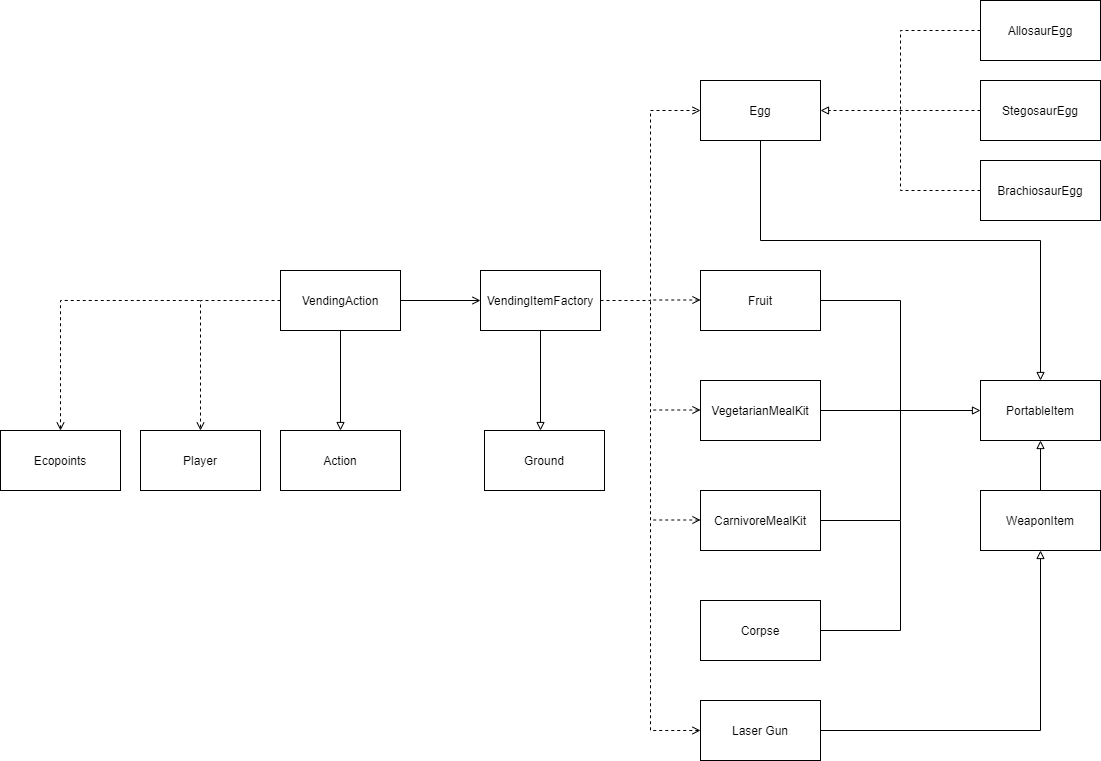
Above: docs/FIT2099_A1_UML_ItemsVendingMachine.png in Nochl/Jurrasic_Park_Sim (draw.io), before the change. Source tidied: cells renumbered, new cells last; positions are measured from the earlier drawing's top-left corner, leaving out a move shared by most shapes.
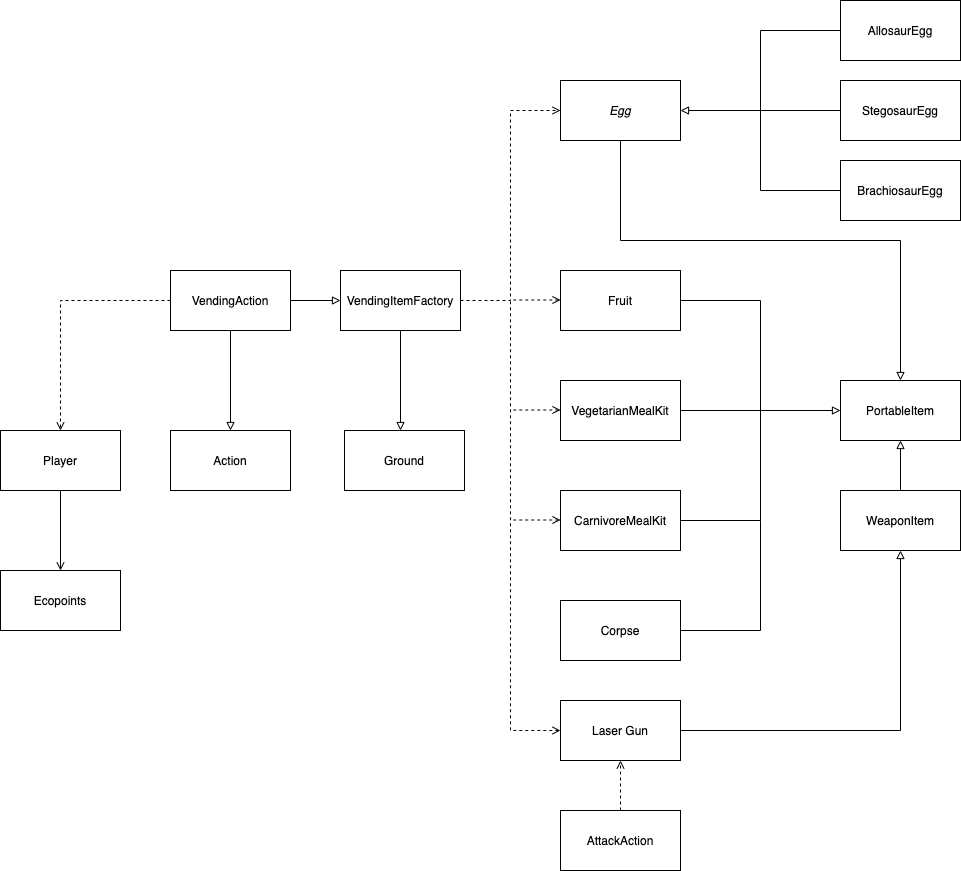
After the commit.

Diff of the diagram source:
```diff
@@ -10,7 +10,7 @@
         </Array>
       </mxGeometry>
     </mxCell>
-    <mxCell id="3" value="Egg" style="whiteSpace=wrap;html=1;" parent="1" vertex="1">
+    <mxCell id="3" value="&lt;i&gt;Egg&lt;/i&gt;" style="whiteSpace=wrap;html=1;" parent="1" vertex="1">
       <mxGeometry x="700" y="80" width="120" height="60" as="geometry" />
     </mxCell>
     <mxCell id="4" style="edgeStyle=orthogonalEdgeStyle;rounded=0;jettySize=auto;html=1;entryX=0.5;entryY=1;entryDx=0;entryDy=0;endArrow=block;endFill=0;" parent="1" edge="1" source="6" target="19">
@@ -53,7 +53,7 @@
     <mxCell id="13" style="edgeStyle=orthogonalEdgeStyle;rounded=0;jettySize=auto;html=1;startArrow=none;startFill=0;endArrow=block;endFill=0;" parent="1" edge="1" source="16" target="20">
       <mxGeometry relative="1" as="geometry" />
     </mxCell>
-    <mxCell id="14" style="edgeStyle=orthogonalEdgeStyle;rounded=0;jettySize=auto;html=1;exitX=1;exitY=0.5;exitDx=0;exitDy=0;entryX=0;entryY=0.5;entryDx=0;entryDy=0;endArrow=open;endFill=0;" parent="1" edge="1" source="16" target="23">
+    <mxCell id="14" style="edgeStyle=orthogonalEdgeStyle;rounded=0;jettySize=auto;html=1;exitX=1;exitY=0.5;exitDx=0;exitDy=0;entryX=0;entryY=0.5;entryDx=0;entryDy=0;endArrow=block;endFill=0;" parent="1" edge="1" source="16" target="23">
       <mxGeometry relative="1" as="geometry" />
     </mxCell>
     <mxCell id="15" style="edgeStyle=orthogonalEdgeStyle;rounded=0;jettySize=auto;html=1;exitX=0;exitY=0.5;exitDx=0;exitDy=0;startArrow=none;startFill=0;endArrow=open;endFill=0;dashed=1;" parent="1" edge="1" source="16">
@@ -62,7 +62,7 @@
       </mxGeometry>
     </mxCell>
     <mxCell id="16" value="VendingAction" style="whiteSpace=wrap;html=1;" parent="1" vertex="1">
-      <mxGeometry x="280" y="270" width="120" height="60" as="geometry" />
+      <mxGeometry x="310" y="270" width="120" height="60" as="geometry" />
     </mxCell>
     <mxCell id="17" value="PortableItem" style="whiteSpace=wrap;html=1;" parent="1" vertex="1">
       <mxGeometry x="980" y="380" width="120" height="60" as="geometry" />
@@ -74,7 +74,7 @@
       <mxGeometry x="980" y="490" width="120" height="60" as="geometry" />
     </mxCell>
     <mxCell id="20" value="Action" style="whiteSpace=wrap;html=1;" parent="1" vertex="1">
-      <mxGeometry x="280" y="430" width="120" height="60" as="geometry" />
+      <mxGeometry x="310" y="430" width="120" height="60" as="geometry" />
     </mxCell>
     <mxCell id="21" style="edgeStyle=orthogonalEdgeStyle;rounded=0;jettySize=auto;html=1;exitX=0.5;exitY=1;exitDx=0;exitDy=0;endArrow=block;endFill=0;" parent="1" edge="1" source="23">
       <mxGeometry relative="1" as="geometry">
@@ -110,33 +110,24 @@
         <mxPoint x="650" y="519.5" as="targetPoint" />
       </mxGeometry>
     </mxCell>
+    <mxCell id="39" style="edgeStyle=orthogonalEdgeStyle;rounded=0;jettySize=auto;html=1;entryX=0.5;entryY=0;entryDx=0;entryDy=0;endArrow=open;endFill=0;" parent="1" edge="1" source="27" target="29">
+      <mxGeometry relative="1" as="geometry" />
+    </mxCell>
     <mxCell id="27" value="Player" style="whiteSpace=wrap;html=1;" parent="1" vertex="1">
       <mxGeometry x="140" y="430" width="120" height="60" as="geometry" />
     </mxCell>
-    <mxCell id="28" style="edgeStyle=orthogonalEdgeStyle;rounded=0;jettySize=auto;html=1;exitX=0.5;exitY=0;exitDx=0;exitDy=0;dashed=1;startArrow=open;startFill=0;endArrow=none;endFill=0;" parent="1" edge="1" source="29">
-      <mxGeometry relative="1" as="geometry">
-        <mxPoint x="200" y="300" as="targetPoint" />
-        <Array as="points">
-          <mxPoint x="60" y="430" />
-          <mxPoint x="60" y="300" />
-        </Array>
-      </mxGeometry>
-    </mxCell>
-    <mxCell id="29" value="Ecopoints" style="whiteSpace=wrap;html=1;" parent="1" vertex="1">
-      <mxGeometry y="430" width="120" height="60" as="geometry" />
-    </mxCell>
     <mxCell id="30" value="Ground" style="whiteSpace=wrap;html=1;" parent="1" vertex="1">
       <mxGeometry x="484" y="430" width="120" height="60" as="geometry" />
     </mxCell>
-    <mxCell id="31" style="edgeStyle=orthogonalEdgeStyle;rounded=0;jettySize=auto;html=1;exitX=0;exitY=0.5;exitDx=0;exitDy=0;endArrow=block;endFill=0;dashed=1;" parent="1" edge="1" source="34" target="3">
+    <mxCell id="31" style="edgeStyle=orthogonalEdgeStyle;rounded=0;jettySize=auto;html=1;exitX=0;exitY=0.5;exitDx=0;exitDy=0;endArrow=block;endFill=0;" parent="1" edge="1" source="34" target="3">
       <mxGeometry relative="1" as="geometry" />
     </mxCell>
-    <mxCell id="32" style="edgeStyle=orthogonalEdgeStyle;rounded=0;jettySize=auto;html=1;exitX=0;exitY=0.5;exitDx=0;exitDy=0;startArrow=none;startFill=0;endArrow=none;endFill=0;dashed=1;" parent="1" edge="1" source="36">
+    <mxCell id="32" style="edgeStyle=orthogonalEdgeStyle;rounded=0;jettySize=auto;html=1;exitX=0;exitY=0.5;exitDx=0;exitDy=0;startArrow=none;startFill=0;endArrow=none;endFill=0;" parent="1" edge="1" source="36">
       <mxGeometry x="710" y="380" as="geometry">
         <mxPoint x="900" y="110" as="targetPoint" />
       </mxGeometry>
     </mxCell>
-    <mxCell id="33" style="edgeStyle=orthogonalEdgeStyle;rounded=0;jettySize=auto;html=1;startArrow=none;startFill=0;endArrow=none;endFill=0;dashed=1;" parent="1" edge="1" source="35">
+    <mxCell id="33" style="edgeStyle=orthogonalEdgeStyle;rounded=0;jettySize=auto;html=1;startArrow=none;startFill=0;endArrow=none;endFill=0;" parent="1" edge="1" source="35">
       <mxGeometry x="710" y="380" as="geometry">
         <mxPoint x="900" y="110" as="targetPoint" />
       </mxGeometry>
@@ -158,5 +149,14 @@
     <mxCell id="38" value="Corpse" style="rounded=0;whiteSpace=wrap;html=1;" parent="1" vertex="1">
       <mxGeometry x="700" y="600" width="120" height="60" as="geometry" />
     </mxCell>
+    <mxCell id="40" style="edgeStyle=orthogonalEdgeStyle;rounded=0;jettySize=auto;html=1;entryX=0.5;entryY=1;entryDx=0;entryDy=0;endArrow=open;endFill=0;dashed=1;" parent="1" edge="1" source="41" target="6">
+      <mxGeometry relative="1" as="geometry" />
+    </mxCell>
+    <mxCell id="41" value="AttackAction" style="rounded=0;whiteSpace=wrap;html=1;" parent="1" vertex="1">
+      <mxGeometry x="700" y="810" width="120" height="60" as="geometry" />
+    </mxCell>
+    <mxCell id="29" value="Ecopoints" style="whiteSpace=wrap;html=1;" parent="1" vertex="1">
+      <mxGeometry x="140" y="570" width="120" height="60" as="geometry" />
+    </mxCell>
   </root>
 </mxGraphModel>
```
